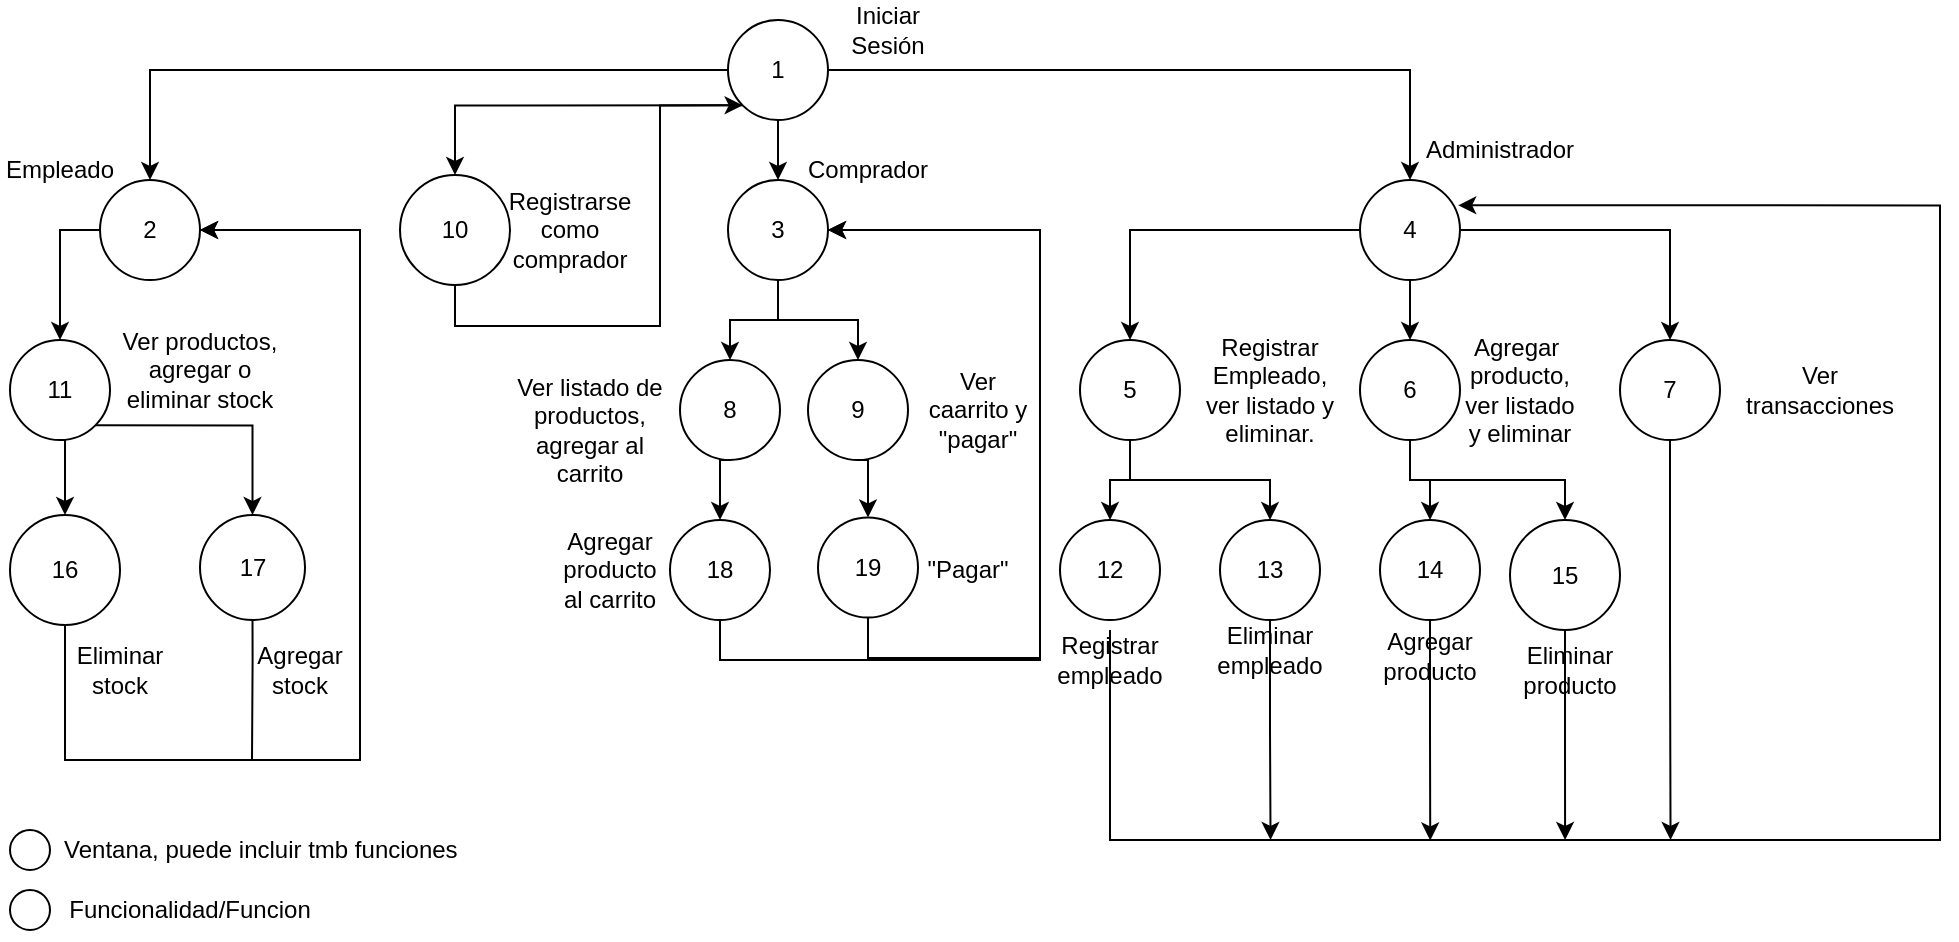
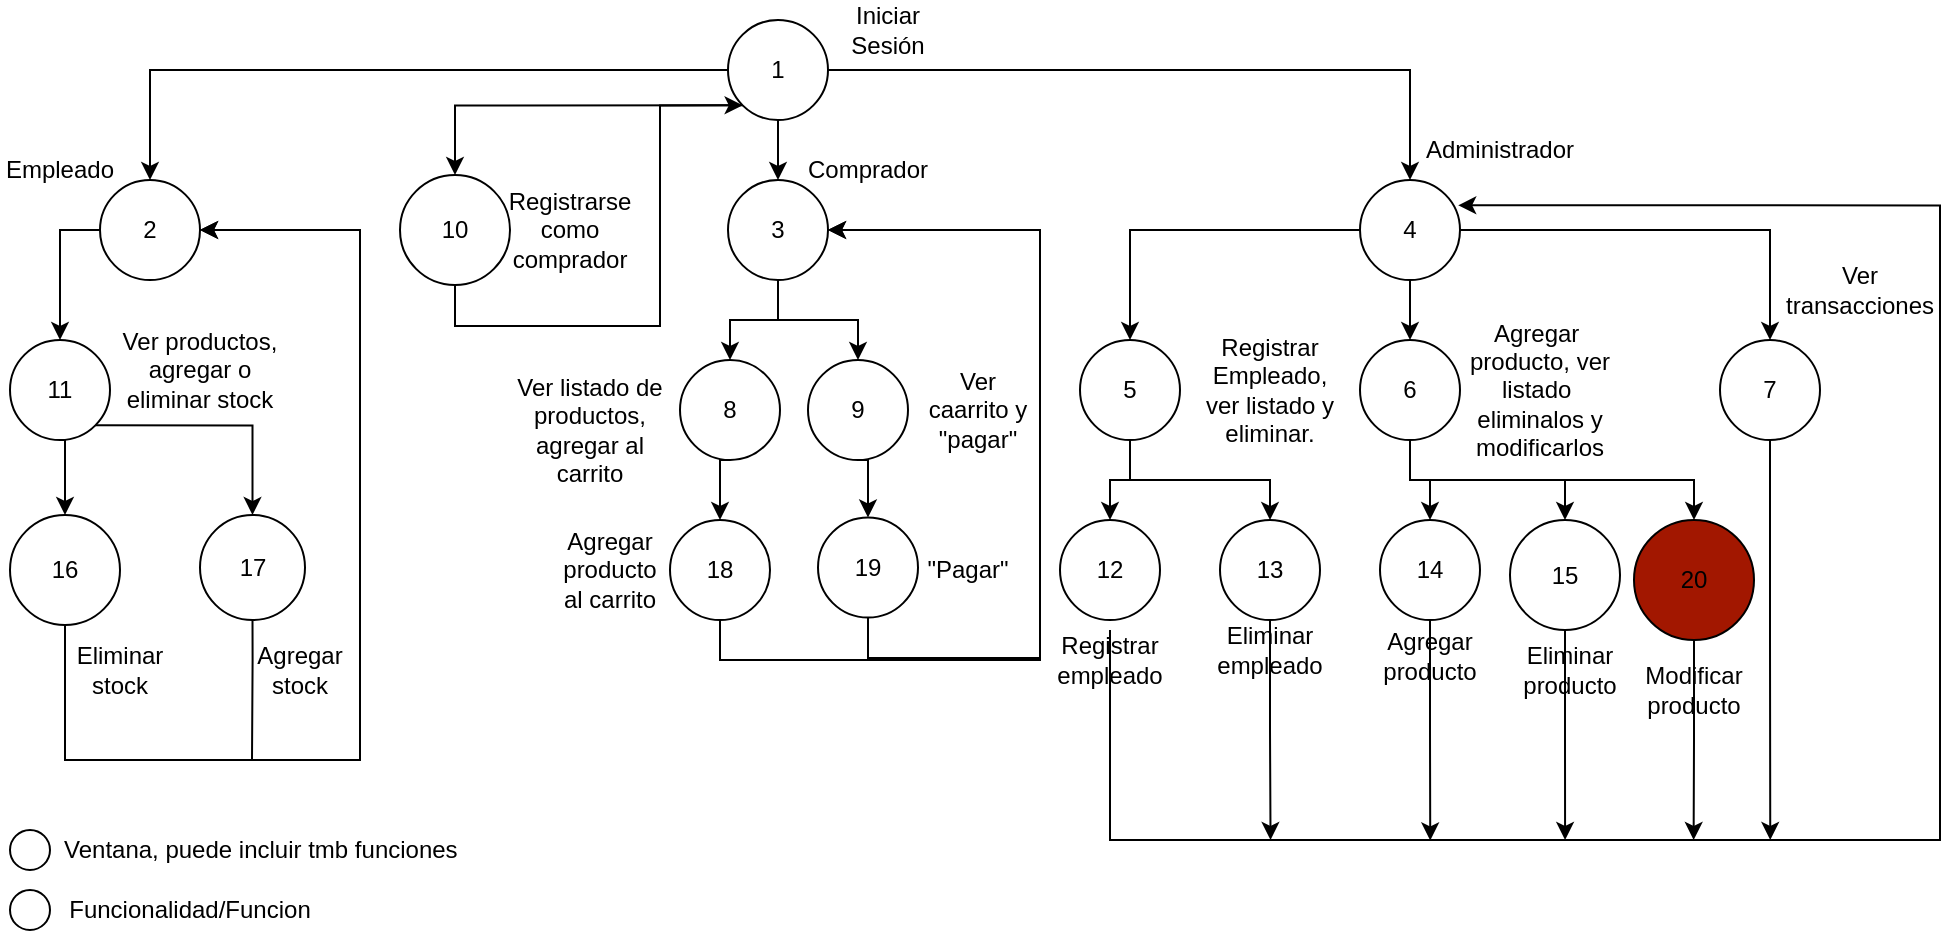
<mxfile host="Electron">
  <diagram name="General" id="yABXoofkzUlfOp70S79y">
-     <mxGraphModel dx="1542" dy="914" grid="1" gridSize="10" guides="1" tooltips="1" connect="1" arrows="1" fold="1" page="1" pageScale="1" pageWidth="827" pageHeight="1169" math="0" shadow="0">
+     <mxGraphModel dx="981" dy="601" grid="1" gridSize="10" guides="1" tooltips="1" connect="1" arrows="1" fold="1" page="1" pageScale="1" pageWidth="827" pageHeight="1169" math="0" shadow="0">
      <root>
        <mxCell id="0" />
        <mxCell id="1" parent="0" />
        <mxCell id="LBXvCYroLYcxCpWWjZGj-19" edge="1" parent="1" source="LBXvCYroLYcxCpWWjZGj-14" style="edgeStyle=orthogonalEdgeStyle;rounded=0;orthogonalLoop=1;jettySize=auto;html=1;exitX=0;exitY=0.5;exitDx=0;exitDy=0;entryX=0.5;entryY=0;entryDx=0;entryDy=0;" target="LBXvCYroLYcxCpWWjZGj-16" value="">
          <mxGeometry relative="1" as="geometry" />
        </mxCell>
        <mxCell id="LBXvCYroLYcxCpWWjZGj-20" edge="1" parent="1" source="LBXvCYroLYcxCpWWjZGj-14" style="edgeStyle=orthogonalEdgeStyle;rounded=0;orthogonalLoop=1;jettySize=auto;html=1;exitX=0.5;exitY=1;exitDx=0;exitDy=0;entryX=0.5;entryY=0;entryDx=0;entryDy=0;" target="LBXvCYroLYcxCpWWjZGj-17">
          <mxGeometry relative="1" as="geometry" />
        </mxCell>
        <mxCell id="LBXvCYroLYcxCpWWjZGj-21" edge="1" parent="1" source="LBXvCYroLYcxCpWWjZGj-14" style="edgeStyle=orthogonalEdgeStyle;rounded=0;orthogonalLoop=1;jettySize=auto;html=1;exitX=1;exitY=0.5;exitDx=0;exitDy=0;entryX=0.5;entryY=0;entryDx=0;entryDy=0;" target="LBXvCYroLYcxCpWWjZGj-18">
          <mxGeometry relative="1" as="geometry" />
        </mxCell>
        <mxCell id="LBXvCYroLYcxCpWWjZGj-45" edge="1" parent="1" source="LBXvCYroLYcxCpWWjZGj-14" style="edgeStyle=orthogonalEdgeStyle;rounded=0;orthogonalLoop=1;jettySize=auto;html=1;exitX=0;exitY=1;exitDx=0;exitDy=0;entryX=0.5;entryY=0;entryDx=0;entryDy=0;" target="LBXvCYroLYcxCpWWjZGj-44">
          <mxGeometry relative="1" as="geometry" />
        </mxCell>
        <mxCell id="LBXvCYroLYcxCpWWjZGj-14" parent="1" style="ellipse;whiteSpace=wrap;html=1;aspect=fixed;fillColor=light-dark(#FFFFFF,#18952A);" value="1" vertex="1">
          <mxGeometry height="50" width="50" x="374" y="20" as="geometry" />
        </mxCell>
        <mxCell id="LBXvCYroLYcxCpWWjZGj-15" parent="1" style="text;html=1;whiteSpace=wrap;strokeColor=none;fillColor=none;align=center;verticalAlign=middle;rounded=0;" value="Iniciar Sesión" vertex="1">
          <mxGeometry height="30" width="60" x="424" y="10" as="geometry" />
        </mxCell>
        <mxCell id="LBXvCYroLYcxCpWWjZGj-49" edge="1" parent="1" source="LBXvCYroLYcxCpWWjZGj-16" style="edgeStyle=orthogonalEdgeStyle;rounded=0;orthogonalLoop=1;jettySize=auto;html=1;exitX=0;exitY=0.5;exitDx=0;exitDy=0;entryX=0.5;entryY=0;entryDx=0;entryDy=0;" target="LBXvCYroLYcxCpWWjZGj-47">
          <mxGeometry relative="1" as="geometry" />
        </mxCell>
        <mxCell id="LBXvCYroLYcxCpWWjZGj-16" parent="1" style="ellipse;whiteSpace=wrap;html=1;aspect=fixed;" value="2" vertex="1">
          <mxGeometry height="50" width="50" x="60" y="100" as="geometry" />
        </mxCell>
        <mxCell id="LBXvCYroLYcxCpWWjZGj-98" edge="1" parent="1" source="LBXvCYroLYcxCpWWjZGj-17" style="edgeStyle=orthogonalEdgeStyle;rounded=0;orthogonalLoop=1;jettySize=auto;html=1;exitX=0.5;exitY=1;exitDx=0;exitDy=0;entryX=0.5;entryY=0;entryDx=0;entryDy=0;" target="LBXvCYroLYcxCpWWjZGj-38">
          <mxGeometry relative="1" as="geometry" />
        </mxCell>
        <mxCell id="LBXvCYroLYcxCpWWjZGj-99" edge="1" parent="1" source="LBXvCYroLYcxCpWWjZGj-17" style="edgeStyle=orthogonalEdgeStyle;rounded=0;orthogonalLoop=1;jettySize=auto;html=1;exitX=0.5;exitY=1;exitDx=0;exitDy=0;entryX=0.5;entryY=0;entryDx=0;entryDy=0;" target="LBXvCYroLYcxCpWWjZGj-40">
          <mxGeometry relative="1" as="geometry" />
        </mxCell>
        <mxCell id="LBXvCYroLYcxCpWWjZGj-17" parent="1" style="ellipse;whiteSpace=wrap;html=1;aspect=fixed;" value="3" vertex="1">
          <mxGeometry height="50" width="50" x="374" y="100" as="geometry" />
        </mxCell>
        <mxCell id="LBXvCYroLYcxCpWWjZGj-57" edge="1" parent="1" source="LBXvCYroLYcxCpWWjZGj-18" style="edgeStyle=orthogonalEdgeStyle;rounded=0;orthogonalLoop=1;jettySize=auto;html=1;exitX=0.5;exitY=1;exitDx=0;exitDy=0;entryX=0.5;entryY=0;entryDx=0;entryDy=0;" target="LBXvCYroLYcxCpWWjZGj-26">
          <mxGeometry relative="1" as="geometry" />
        </mxCell>
        <mxCell id="LBXvCYroLYcxCpWWjZGj-58" edge="1" parent="1" source="LBXvCYroLYcxCpWWjZGj-18" style="edgeStyle=orthogonalEdgeStyle;rounded=0;orthogonalLoop=1;jettySize=auto;html=1;exitX=1;exitY=0.5;exitDx=0;exitDy=0;entryX=0.5;entryY=0;entryDx=0;entryDy=0;" target="LBXvCYroLYcxCpWWjZGj-27">
          <mxGeometry relative="1" as="geometry" />
        </mxCell>
        <mxCell id="LBXvCYroLYcxCpWWjZGj-59" edge="1" parent="1" source="LBXvCYroLYcxCpWWjZGj-18" style="edgeStyle=orthogonalEdgeStyle;rounded=0;orthogonalLoop=1;jettySize=auto;html=1;exitX=0;exitY=0.5;exitDx=0;exitDy=0;entryX=0.5;entryY=0;entryDx=0;entryDy=0;" target="LBXvCYroLYcxCpWWjZGj-25">
          <mxGeometry relative="1" as="geometry" />
        </mxCell>
        <mxCell id="LBXvCYroLYcxCpWWjZGj-18" parent="1" style="ellipse;whiteSpace=wrap;html=1;aspect=fixed;" value="4" vertex="1">
          <mxGeometry height="50" width="50" x="690" y="100" as="geometry" />
        </mxCell>
        <mxCell id="LBXvCYroLYcxCpWWjZGj-22" parent="1" style="text;html=1;whiteSpace=wrap;strokeColor=none;fillColor=none;align=center;verticalAlign=middle;rounded=0;" value="Empleado" vertex="1">
          <mxGeometry height="30" width="60" x="10" y="80" as="geometry" />
        </mxCell>
        <mxCell id="LBXvCYroLYcxCpWWjZGj-23" parent="1" style="text;html=1;whiteSpace=wrap;strokeColor=none;fillColor=none;align=center;verticalAlign=middle;rounded=0;" value="Comprador" vertex="1">
          <mxGeometry height="30" width="60" x="414" y="80" as="geometry" />
        </mxCell>
        <mxCell id="LBXvCYroLYcxCpWWjZGj-24" parent="1" style="text;html=1;whiteSpace=wrap;strokeColor=none;fillColor=none;align=center;verticalAlign=middle;rounded=0;" value="Administrador" vertex="1">
          <mxGeometry height="30" width="60" x="730" y="70" as="geometry" />
        </mxCell>
        <mxCell id="LBXvCYroLYcxCpWWjZGj-60" edge="1" parent="1" source="LBXvCYroLYcxCpWWjZGj-25" style="edgeStyle=orthogonalEdgeStyle;rounded=0;orthogonalLoop=1;jettySize=auto;html=1;exitX=0.5;exitY=1;exitDx=0;exitDy=0;entryX=0.5;entryY=0;entryDx=0;entryDy=0;" target="LBXvCYroLYcxCpWWjZGj-54">
          <mxGeometry relative="1" as="geometry" />
        </mxCell>
        <mxCell id="LBXvCYroLYcxCpWWjZGj-61" edge="1" parent="1" source="LBXvCYroLYcxCpWWjZGj-25" style="edgeStyle=orthogonalEdgeStyle;rounded=0;orthogonalLoop=1;jettySize=auto;html=1;exitX=0.5;exitY=1;exitDx=0;exitDy=0;" target="LBXvCYroLYcxCpWWjZGj-55">
          <mxGeometry relative="1" as="geometry" />
        </mxCell>
        <mxCell id="LBXvCYroLYcxCpWWjZGj-25" parent="1" style="ellipse;whiteSpace=wrap;html=1;aspect=fixed;fillColor=light-dark(#FFFFFF,#18952A);" value="5" vertex="1">
          <mxGeometry height="50" width="50" x="550" y="180" as="geometry" />
        </mxCell>
        <mxCell id="LBXvCYroLYcxCpWWjZGj-66" edge="1" parent="1" source="LBXvCYroLYcxCpWWjZGj-26" style="edgeStyle=orthogonalEdgeStyle;rounded=0;orthogonalLoop=1;jettySize=auto;html=1;exitX=0.5;exitY=1;exitDx=0;exitDy=0;entryX=0.5;entryY=0;entryDx=0;entryDy=0;" target="LBXvCYroLYcxCpWWjZGj-64">
          <mxGeometry relative="1" as="geometry" />
        </mxCell>
        <mxCell id="LBXvCYroLYcxCpWWjZGj-67" edge="1" parent="1" source="LBXvCYroLYcxCpWWjZGj-26" style="edgeStyle=orthogonalEdgeStyle;rounded=0;orthogonalLoop=1;jettySize=auto;html=1;exitX=0.5;exitY=1;exitDx=0;exitDy=0;entryX=0.5;entryY=0;entryDx=0;entryDy=0;" target="LBXvCYroLYcxCpWWjZGj-65">
          <mxGeometry relative="1" as="geometry" />
        </mxCell>
+         <mxCell id="hRm-Ou00VWeYjdHq_WFA-5" edge="1" parent="1" source="LBXvCYroLYcxCpWWjZGj-26" style="edgeStyle=orthogonalEdgeStyle;rounded=0;orthogonalLoop=1;jettySize=auto;html=1;exitX=0.5;exitY=1;exitDx=0;exitDy=0;entryX=0.5;entryY=0;entryDx=0;entryDy=0;" target="hRm-Ou00VWeYjdHq_WFA-3">
+           <mxGeometry relative="1" as="geometry" />
+         </mxCell>
        <mxCell id="LBXvCYroLYcxCpWWjZGj-26" parent="1" style="ellipse;whiteSpace=wrap;html=1;aspect=fixed;fillColor=light-dark(#FFFFFF,#18952A);" value="6" vertex="1">
          <mxGeometry height="50" width="50" x="690" y="180" as="geometry" />
        </mxCell>
-         <mxCell id="LBXvCYroLYcxCpWWjZGj-86" edge="1" parent="1" source="LBXvCYroLYcxCpWWjZGj-27" style="edgeStyle=orthogonalEdgeStyle;rounded=0;orthogonalLoop=1;jettySize=auto;html=1;exitX=0.5;exitY=1;exitDx=0;exitDy=0;">
-           <mxGeometry relative="1" as="geometry">
-             <mxPoint x="845.272727272727" y="430" as="targetPoint" />
+         <mxCell id="hRm-Ou00VWeYjdHq_WFA-1" edge="1" parent="1" source="LBXvCYroLYcxCpWWjZGj-27" style="edgeStyle=orthogonalEdgeStyle;rounded=0;orthogonalLoop=1;jettySize=auto;html=1;exitX=0.5;exitY=1;exitDx=0;exitDy=0;">
+           <mxGeometry relative="1" as="geometry">
+             <mxPoint x="895.1290322580644" y="430" as="targetPoint" />
          </mxGeometry>
        </mxCell>
        <mxCell id="LBXvCYroLYcxCpWWjZGj-27" parent="1" style="ellipse;whiteSpace=wrap;html=1;aspect=fixed;fillColor=light-dark(#FFFFFF,#18952A);" value="7" vertex="1">
-           <mxGeometry height="50" width="50" x="820" y="180" as="geometry" />
+           <mxGeometry height="50" width="50" x="870" y="180" as="geometry" />
        </mxCell>
        <mxCell id="LBXvCYroLYcxCpWWjZGj-28" parent="1" style="text;html=1;whiteSpace=wrap;strokeColor=none;fillColor=none;align=center;verticalAlign=middle;rounded=0;" value="Registrar&lt;div&gt;Empleado,&lt;/div&gt;&lt;div&gt;ver listado y eliminar.&lt;/div&gt;" vertex="1">
          <mxGeometry height="30" width="70" x="610" y="190" as="geometry" />
        </mxCell>
-         <mxCell id="LBXvCYroLYcxCpWWjZGj-30" parent="1" style="text;html=1;whiteSpace=wrap;strokeColor=none;fillColor=none;align=center;verticalAlign=middle;rounded=0;" value="Agregar&amp;nbsp;&lt;div&gt;producto, ver listado y eliminar&lt;/div&gt;" vertex="1">
-           <mxGeometry height="30" width="60" x="740" y="190" as="geometry" />
+         <mxCell id="LBXvCYroLYcxCpWWjZGj-30" parent="1" style="text;html=1;whiteSpace=wrap;strokeColor=none;fillColor=none;align=center;verticalAlign=middle;rounded=0;" value="Agregar&amp;nbsp;&lt;div&gt;producto, ver listado&amp;nbsp; eliminalos y modificarlos&lt;/div&gt;" vertex="1">
+           <mxGeometry height="30" width="80" x="740" y="190" as="geometry" />
        </mxCell>
        <mxCell id="LBXvCYroLYcxCpWWjZGj-34" parent="1" style="text;html=1;whiteSpace=wrap;strokeColor=none;fillColor=none;align=center;verticalAlign=middle;rounded=0;" value="Ver transacciones" vertex="1">
-           <mxGeometry height="30" width="60" x="890" y="190" as="geometry" />
+           <mxGeometry height="30" width="60" x="910" y="140" as="geometry" />
        </mxCell>
        <mxCell id="LBXvCYroLYcxCpWWjZGj-102" edge="1" parent="1" source="LBXvCYroLYcxCpWWjZGj-38" style="edgeStyle=orthogonalEdgeStyle;rounded=0;orthogonalLoop=1;jettySize=auto;html=1;exitX=0.5;exitY=1;exitDx=0;exitDy=0;entryX=0.5;entryY=0;entryDx=0;entryDy=0;" target="LBXvCYroLYcxCpWWjZGj-100">
          <mxGeometry relative="1" as="geometry" />
        </mxCell>
        <mxCell id="LBXvCYroLYcxCpWWjZGj-38" parent="1" style="ellipse;whiteSpace=wrap;html=1;aspect=fixed;fillColor=light-dark(#FFFFFF,#18952A);" value="8" vertex="1">
          <mxGeometry height="50" width="50" x="350" y="190" as="geometry" />
        </mxCell>
        <mxCell id="LBXvCYroLYcxCpWWjZGj-39" parent="1" style="text;html=1;whiteSpace=wrap;strokeColor=none;fillColor=none;align=center;verticalAlign=middle;rounded=0;" value="Ver listado de productos, agregar al carrito" vertex="1">
          <mxGeometry height="30" width="80" x="265" y="210" as="geometry" />
        </mxCell>
        <mxCell id="LBXvCYroLYcxCpWWjZGj-104" edge="1" parent="1" source="LBXvCYroLYcxCpWWjZGj-40" style="edgeStyle=orthogonalEdgeStyle;rounded=0;orthogonalLoop=1;jettySize=auto;html=1;exitX=0.5;exitY=1;exitDx=0;exitDy=0;entryX=0.5;entryY=0;entryDx=0;entryDy=0;" target="LBXvCYroLYcxCpWWjZGj-101">
          <mxGeometry relative="1" as="geometry" />
        </mxCell>
        <mxCell id="LBXvCYroLYcxCpWWjZGj-40" parent="1" style="ellipse;whiteSpace=wrap;html=1;aspect=fixed;fillColor=light-dark(#FFFFFF,#18952A);" value="9" vertex="1">
          <mxGeometry height="50" width="50" x="414" y="190" as="geometry" />
        </mxCell>
        <mxCell id="LBXvCYroLYcxCpWWjZGj-41" parent="1" style="text;html=1;whiteSpace=wrap;strokeColor=none;fillColor=none;align=center;verticalAlign=middle;rounded=0;" value="Ver caarrito y &quot;pagar&quot;" vertex="1">
          <mxGeometry height="30" width="60" x="469" y="200" as="geometry" />
        </mxCell>
        <mxCell id="LBXvCYroLYcxCpWWjZGj-79" edge="1" parent="1" source="LBXvCYroLYcxCpWWjZGj-44" style="edgeStyle=orthogonalEdgeStyle;rounded=0;orthogonalLoop=1;jettySize=auto;html=1;exitX=0.5;exitY=1;exitDx=0;exitDy=0;entryX=0;entryY=1;entryDx=0;entryDy=0;" target="LBXvCYroLYcxCpWWjZGj-14">
          <mxGeometry relative="1" as="geometry">
            <Array as="points">
              <mxPoint x="237" y="173" />
              <mxPoint x="340" y="173" />
              <mxPoint x="340" y="63" />
            </Array>
          </mxGeometry>
        </mxCell>
        <mxCell id="LBXvCYroLYcxCpWWjZGj-44" parent="1" style="ellipse;whiteSpace=wrap;html=1;aspect=fixed;fillColor=light-dark(#FFFFFF,#18952A);" value="10" vertex="1">
          <mxGeometry height="55" width="55" x="210" y="97.5" as="geometry" />
        </mxCell>
        <mxCell id="LBXvCYroLYcxCpWWjZGj-46" parent="1" style="text;html=1;whiteSpace=wrap;strokeColor=none;fillColor=none;align=center;verticalAlign=middle;rounded=0;" value="Registrarse como comprador" vertex="1">
          <mxGeometry height="30" width="60" x="265" y="110" as="geometry" />
        </mxCell>
        <mxCell id="LBXvCYroLYcxCpWWjZGj-74" edge="1" parent="1" source="LBXvCYroLYcxCpWWjZGj-47" style="edgeStyle=orthogonalEdgeStyle;rounded=0;orthogonalLoop=1;jettySize=auto;html=1;exitX=0.5;exitY=1;exitDx=0;exitDy=0;entryX=0.5;entryY=0;entryDx=0;entryDy=0;" target="LBXvCYroLYcxCpWWjZGj-72">
          <mxGeometry relative="1" as="geometry" />
        </mxCell>
        <mxCell id="LBXvCYroLYcxCpWWjZGj-75" edge="1" parent="1" source="LBXvCYroLYcxCpWWjZGj-47" style="edgeStyle=orthogonalEdgeStyle;rounded=0;orthogonalLoop=1;jettySize=auto;html=1;exitX=1;exitY=1;exitDx=0;exitDy=0;" target="LBXvCYroLYcxCpWWjZGj-73">
          <mxGeometry relative="1" as="geometry" />
        </mxCell>
        <mxCell id="LBXvCYroLYcxCpWWjZGj-47" parent="1" style="ellipse;whiteSpace=wrap;html=1;aspect=fixed;fillColor=light-dark(#FFFFFF,#18952A);" value="11" vertex="1">
          <mxGeometry height="50" width="50" x="15" y="180" as="geometry" />
        </mxCell>
        <mxCell id="LBXvCYroLYcxCpWWjZGj-48" parent="1" style="text;html=1;whiteSpace=wrap;strokeColor=none;fillColor=none;align=center;verticalAlign=middle;rounded=0;" value="Ver productos, agregar o eliminar stock" vertex="1">
          <mxGeometry height="30" width="80" x="70" y="180" as="geometry" />
        </mxCell>
        <mxCell id="LBXvCYroLYcxCpWWjZGj-54" parent="1" style="ellipse;whiteSpace=wrap;html=1;aspect=fixed;fillColor=light-dark(#FFFFFF,#A21700);" value="12" vertex="1">
          <mxGeometry height="50" width="50" x="540" y="270" as="geometry" />
        </mxCell>
        <mxCell id="LBXvCYroLYcxCpWWjZGj-81" edge="1" parent="1" source="LBXvCYroLYcxCpWWjZGj-55" style="edgeStyle=orthogonalEdgeStyle;rounded=0;orthogonalLoop=1;jettySize=auto;html=1;exitX=0.5;exitY=1;exitDx=0;exitDy=0;">
          <mxGeometry relative="1" as="geometry">
            <mxPoint x="645.272727272727" y="430" as="targetPoint" />
          </mxGeometry>
        </mxCell>
        <mxCell id="LBXvCYroLYcxCpWWjZGj-55" parent="1" style="ellipse;whiteSpace=wrap;html=1;aspect=fixed;fillColor=light-dark(#FFFFFF,#A21700);" value="13" vertex="1">
          <mxGeometry height="50" width="50" x="620" y="270" as="geometry" />
        </mxCell>
        <mxCell id="LBXvCYroLYcxCpWWjZGj-62" parent="1" style="text;html=1;whiteSpace=wrap;strokeColor=none;fillColor=none;align=center;verticalAlign=middle;rounded=0;" value="Registrar&lt;div&gt;empleado&lt;/div&gt;" vertex="1">
          <mxGeometry height="30" width="60" x="535" y="325" as="geometry" />
        </mxCell>
        <mxCell id="LBXvCYroLYcxCpWWjZGj-63" parent="1" style="text;html=1;whiteSpace=wrap;strokeColor=none;fillColor=none;align=center;verticalAlign=middle;rounded=0;" value="Eliminar&lt;div&gt;empleado&lt;/div&gt;" vertex="1">
          <mxGeometry height="30" width="60" x="615" y="320" as="geometry" />
        </mxCell>
        <mxCell id="LBXvCYroLYcxCpWWjZGj-88" edge="1" parent="1" source="LBXvCYroLYcxCpWWjZGj-64" style="edgeStyle=orthogonalEdgeStyle;rounded=0;orthogonalLoop=1;jettySize=auto;html=1;exitX=0.5;exitY=1;exitDx=0;exitDy=0;">
          <mxGeometry relative="1" as="geometry">
            <mxPoint x="725.1212121212122" y="430.242402047822" as="targetPoint" />
          </mxGeometry>
        </mxCell>
        <mxCell id="LBXvCYroLYcxCpWWjZGj-64" parent="1" style="ellipse;whiteSpace=wrap;html=1;aspect=fixed;fillColor=light-dark(#FFFFFF,#A21700);" value="14" vertex="1">
          <mxGeometry height="50" width="50" x="700" y="270" as="geometry" />
        </mxCell>
        <mxCell id="LBXvCYroLYcxCpWWjZGj-85" edge="1" parent="1" source="LBXvCYroLYcxCpWWjZGj-65" style="edgeStyle=orthogonalEdgeStyle;rounded=0;orthogonalLoop=1;jettySize=auto;html=1;exitX=0.5;exitY=1;exitDx=0;exitDy=0;">
          <mxGeometry relative="1" as="geometry">
            <mxPoint x="792.5454545454545" y="430" as="targetPoint" />
          </mxGeometry>
        </mxCell>
        <mxCell id="LBXvCYroLYcxCpWWjZGj-65" parent="1" style="ellipse;whiteSpace=wrap;html=1;aspect=fixed;fillColor=light-dark(#FFFFFF,#A21700);" value="15" vertex="1">
          <mxGeometry height="55" width="55" x="765" y="270" as="geometry" />
        </mxCell>
        <mxCell id="LBXvCYroLYcxCpWWjZGj-69" parent="1" style="text;html=1;whiteSpace=wrap;strokeColor=none;fillColor=none;align=center;verticalAlign=middle;rounded=0;" value="Eliminar&lt;div&gt;producto&lt;/div&gt;" vertex="1">
          <mxGeometry height="30" width="60" x="765" y="330" as="geometry" />
        </mxCell>
        <mxCell id="LBXvCYroLYcxCpWWjZGj-96" edge="1" parent="1" source="LBXvCYroLYcxCpWWjZGj-72" style="edgeStyle=orthogonalEdgeStyle;rounded=0;orthogonalLoop=1;jettySize=auto;html=1;exitX=0.5;exitY=1;exitDx=0;exitDy=0;entryX=1;entryY=0.5;entryDx=0;entryDy=0;" target="LBXvCYroLYcxCpWWjZGj-16">
          <mxGeometry relative="1" as="geometry">
            <Array as="points">
              <mxPoint x="42" y="390" />
              <mxPoint x="190" y="390" />
              <mxPoint x="190" y="125" />
            </Array>
          </mxGeometry>
        </mxCell>
        <mxCell id="LBXvCYroLYcxCpWWjZGj-72" parent="1" style="ellipse;whiteSpace=wrap;html=1;aspect=fixed;fillColor=light-dark(#FFFFFF,#A21700);" value="16" vertex="1">
          <mxGeometry height="55" width="55" x="15" y="267.5" as="geometry" />
        </mxCell>
        <mxCell id="LBXvCYroLYcxCpWWjZGj-97" edge="1" parent="1" source="LBXvCYroLYcxCpWWjZGj-73" style="edgeStyle=orthogonalEdgeStyle;rounded=0;orthogonalLoop=1;jettySize=auto;html=1;exitX=0.5;exitY=1;exitDx=0;exitDy=0;entryX=1;entryY=0.5;entryDx=0;entryDy=0;" target="LBXvCYroLYcxCpWWjZGj-16">
          <mxGeometry relative="1" as="geometry">
            <Array as="points">
              <mxPoint x="136" y="340" />
              <mxPoint x="136" y="390" />
              <mxPoint x="190" y="390" />
              <mxPoint x="190" y="125" />
            </Array>
          </mxGeometry>
        </mxCell>
        <mxCell id="LBXvCYroLYcxCpWWjZGj-73" parent="1" style="ellipse;whiteSpace=wrap;html=1;aspect=fixed;fillColor=light-dark(#FFFFFF,#A21700);" value="17" vertex="1">
          <mxGeometry height="52.5" width="52.5" x="110" y="267.5" as="geometry" />
        </mxCell>
        <mxCell id="LBXvCYroLYcxCpWWjZGj-76" parent="1" style="text;html=1;whiteSpace=wrap;strokeColor=none;fillColor=none;align=center;verticalAlign=middle;rounded=0;" value="Eliminar&lt;div&gt;stock&lt;/div&gt;" vertex="1">
          <mxGeometry height="30" width="60" x="40" y="330" as="geometry" />
        </mxCell>
        <mxCell id="LBXvCYroLYcxCpWWjZGj-78" parent="1" style="text;html=1;whiteSpace=wrap;strokeColor=none;fillColor=none;align=center;verticalAlign=middle;rounded=0;" value="Agregar&lt;div&gt;stock&lt;/div&gt;" vertex="1">
          <mxGeometry height="30" width="60" x="130" y="330" as="geometry" />
        </mxCell>
        <mxCell id="LBXvCYroLYcxCpWWjZGj-80" edge="1" parent="1" source="LBXvCYroLYcxCpWWjZGj-62" style="edgeStyle=orthogonalEdgeStyle;rounded=0;orthogonalLoop=1;jettySize=auto;html=1;exitX=0.5;exitY=0;exitDx=0;exitDy=0;entryX=0.982;entryY=0.253;entryDx=0;entryDy=0;entryPerimeter=0;" target="LBXvCYroLYcxCpWWjZGj-18">
          <mxGeometry relative="1" as="geometry">
            <Array as="points">
              <mxPoint x="565" y="430" />
              <mxPoint x="980" y="430" />
              <mxPoint x="980" y="113" />
            </Array>
          </mxGeometry>
        </mxCell>
        <mxCell id="LBXvCYroLYcxCpWWjZGj-68" parent="1" style="text;html=1;whiteSpace=wrap;strokeColor=none;fillColor=none;align=center;verticalAlign=middle;rounded=0;" value="Agregar&lt;div&gt;producto&lt;/div&gt;" vertex="1">
          <mxGeometry height="30" width="60" x="695" y="322.5" as="geometry" />
        </mxCell>
        <mxCell id="LBXvCYroLYcxCpWWjZGj-111" edge="1" parent="1" source="LBXvCYroLYcxCpWWjZGj-100" style="edgeStyle=orthogonalEdgeStyle;rounded=0;orthogonalLoop=1;jettySize=auto;html=1;exitX=0.5;exitY=1;exitDx=0;exitDy=0;entryX=1;entryY=0.5;entryDx=0;entryDy=0;" target="LBXvCYroLYcxCpWWjZGj-17">
          <mxGeometry relative="1" as="geometry">
            <Array as="points">
              <mxPoint x="370" y="340" />
              <mxPoint x="530" y="340" />
              <mxPoint x="530" y="125" />
            </Array>
          </mxGeometry>
        </mxCell>
        <mxCell id="LBXvCYroLYcxCpWWjZGj-100" parent="1" style="ellipse;whiteSpace=wrap;html=1;aspect=fixed;fillColor=light-dark(#FFFFFF,#A21700);" value="18" vertex="1">
          <mxGeometry height="50" width="50" x="345" y="270" as="geometry" />
        </mxCell>
        <mxCell id="LBXvCYroLYcxCpWWjZGj-112" edge="1" parent="1" source="LBXvCYroLYcxCpWWjZGj-101" style="edgeStyle=orthogonalEdgeStyle;rounded=0;orthogonalLoop=1;jettySize=auto;html=1;exitX=0.5;exitY=1;exitDx=0;exitDy=0;entryX=1;entryY=0.5;entryDx=0;entryDy=0;" target="LBXvCYroLYcxCpWWjZGj-17">
          <mxGeometry relative="1" as="geometry">
            <Array as="points">
              <mxPoint x="444" y="339" />
              <mxPoint x="530" y="339" />
              <mxPoint x="530" y="125" />
            </Array>
          </mxGeometry>
        </mxCell>
        <mxCell id="LBXvCYroLYcxCpWWjZGj-101" parent="1" style="ellipse;whiteSpace=wrap;html=1;aspect=fixed;fillColor=light-dark(#FFFFFF,#A21700);" value="19" vertex="1">
          <mxGeometry height="50" width="50" x="419" y="268.75" as="geometry" />
        </mxCell>
        <mxCell id="LBXvCYroLYcxCpWWjZGj-105" parent="1" style="text;html=1;whiteSpace=wrap;strokeColor=none;fillColor=none;align=center;verticalAlign=middle;rounded=0;" value="&quot;Pagar&quot;" vertex="1">
          <mxGeometry height="30" width="60" x="464" y="280" as="geometry" />
        </mxCell>
        <mxCell id="LBXvCYroLYcxCpWWjZGj-106" parent="1" style="text;html=1;whiteSpace=wrap;strokeColor=none;fillColor=none;align=center;verticalAlign=middle;rounded=0;" value="Agregar producto al carrito" vertex="1">
          <mxGeometry height="30" width="60" x="285" y="280" as="geometry" />
        </mxCell>
        <mxCell id="LBXvCYroLYcxCpWWjZGj-107" parent="1" style="ellipse;whiteSpace=wrap;html=1;aspect=fixed;fillColor=light-dark(#FFFFFF,#18952A);" value="" vertex="1">
          <mxGeometry height="20" width="20" x="15" y="425" as="geometry" />
        </mxCell>
        <mxCell id="LBXvCYroLYcxCpWWjZGj-108" parent="1" style="ellipse;whiteSpace=wrap;html=1;aspect=fixed;fillColor=light-dark(#FFFFFF,#A21700);" value="" vertex="1">
          <mxGeometry height="20" width="20" x="15" y="455" as="geometry" />
        </mxCell>
        <mxCell id="LBXvCYroLYcxCpWWjZGj-109" parent="1" style="text;html=1;whiteSpace=wrap;strokeColor=none;fillColor=none;align=left;verticalAlign=middle;rounded=0;" value="Ventana, puede incluir tmb funciones" vertex="1">
          <mxGeometry height="30" width="205" x="40" y="420" as="geometry" />
        </mxCell>
        <mxCell id="LBXvCYroLYcxCpWWjZGj-110" parent="1" style="text;html=1;whiteSpace=wrap;strokeColor=none;fillColor=none;align=center;verticalAlign=middle;rounded=0;" value="Funcionalidad/Funcion" vertex="1">
          <mxGeometry height="30" width="60" x="75" y="450" as="geometry" />
        </mxCell>
+         <mxCell id="hRm-Ou00VWeYjdHq_WFA-6" edge="1" parent="1" source="hRm-Ou00VWeYjdHq_WFA-3" style="edgeStyle=orthogonalEdgeStyle;rounded=0;orthogonalLoop=1;jettySize=auto;html=1;exitX=0.5;exitY=1;exitDx=0;exitDy=0;">
+           <mxGeometry relative="1" as="geometry">
+             <mxPoint x="856.818181818182" y="430" as="targetPoint" />
+           </mxGeometry>
+         </mxCell>
+         <mxCell id="hRm-Ou00VWeYjdHq_WFA-3" parent="1" style="ellipse;whiteSpace=wrap;html=1;aspect=fixed;fillColor=light-dark(#A21700,#A21700);" value="20" vertex="1">
+           <mxGeometry height="60" width="60" x="827" y="270" as="geometry" />
+         </mxCell>
+         <mxCell id="hRm-Ou00VWeYjdHq_WFA-7" parent="1" style="text;html=1;whiteSpace=wrap;strokeColor=none;fillColor=none;align=center;verticalAlign=middle;rounded=0;" value="Modificar&lt;div&gt;producto&lt;/div&gt;" vertex="1">
+           <mxGeometry height="30" width="60" x="827" y="340" as="geometry" />
+         </mxCell>
      </root>
    </mxGraphModel>
  </diagram>
</mxfile>
